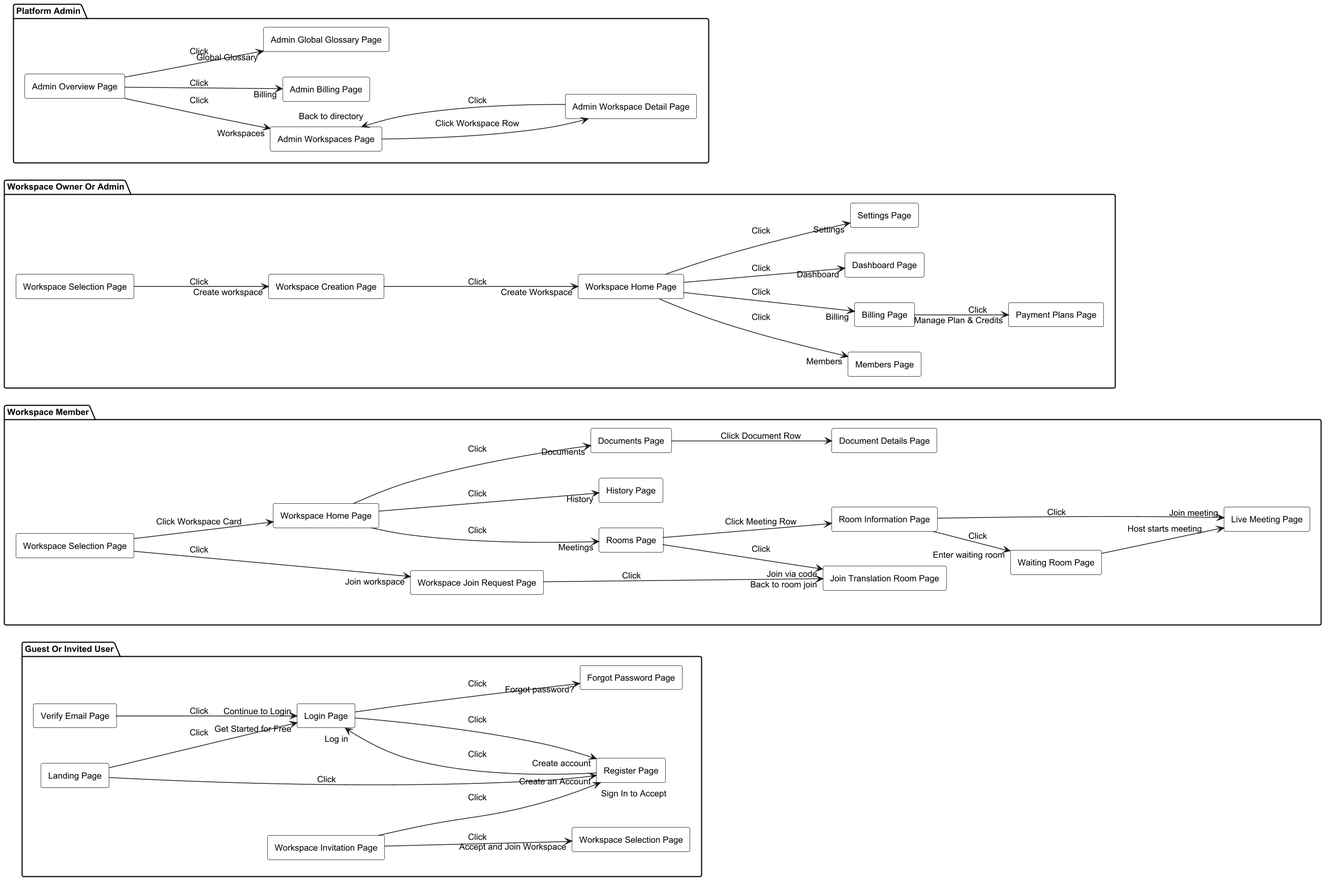
The PlantUML diagram .agents/resources/screen flow/00-system-screen-flow-by-actor.png in WarpTalk-CapstoneProject/warptalk-backend, before a commit.
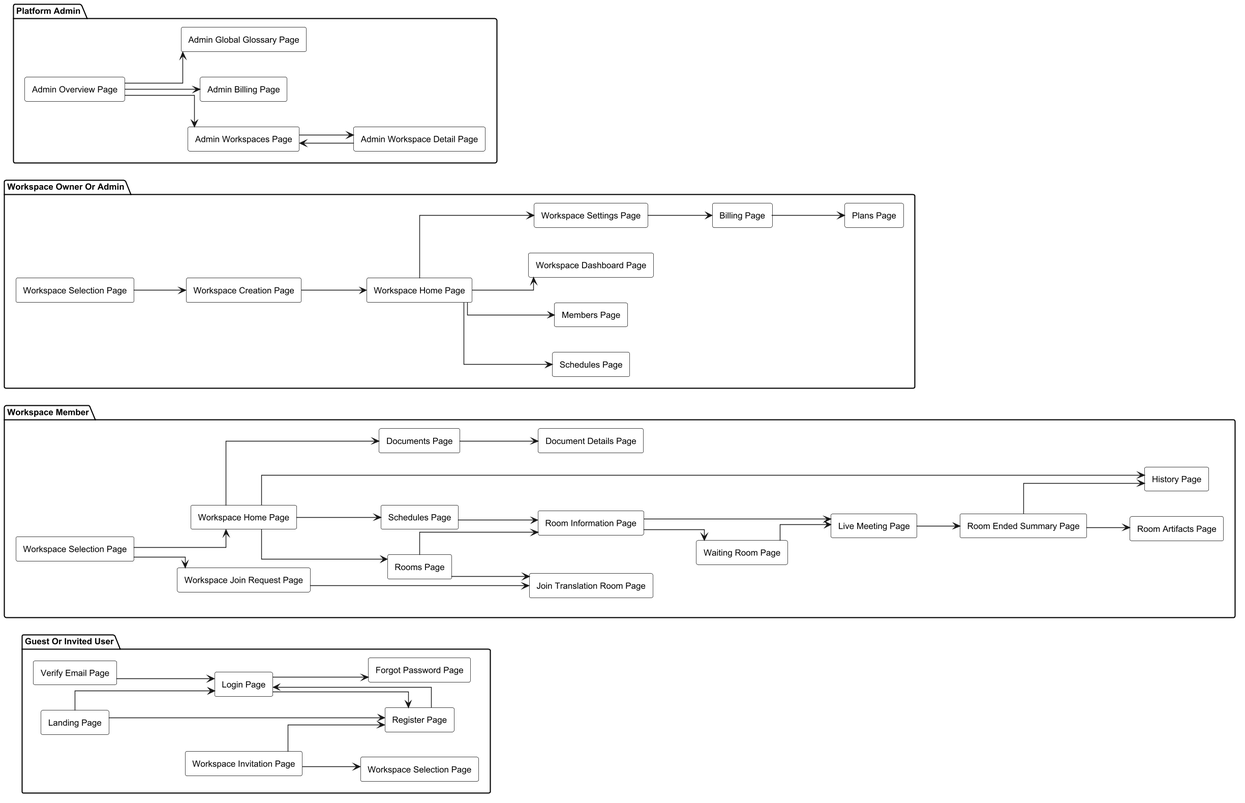
After the commit.

Change to the diagram source:
```diff
@@ -1,6 +1,7 @@
 @startuml
 skinparam monochrome true
 skinparam shadowing false
+skinparam linetype ortho
 skinparam defaultFontName Arial
 skinparam defaultFontSize 12
 skinparam dpi 136
@@ -19,14 +20,14 @@
   rectangle "Workspace Invitation Page" as WorkspaceInvitationPage
   rectangle "Workspace Selection Page" as GuestWorkspaceSelectionPage
 
-  LandingPage --> LoginPage : Click "Get Started for Free"
-  LandingPage --> RegisterPage : Click "Create an Account"
-  LoginPage --> ForgotPasswordPage : Click "Forgot password?"
-  LoginPage --> RegisterPage : Click "Create account"
-  RegisterPage --> LoginPage : Click "Log in"
-  VerifyEmailPage --> LoginPage : Click "Continue to Login"
-  WorkspaceInvitationPage --> RegisterPage : Click "Sign In to Accept"
-  WorkspaceInvitationPage --> GuestWorkspaceSelectionPage : Click "Accept and Join Workspace"
+  LandingPage --> LoginPage
+  LandingPage --> RegisterPage
+  LoginPage --> ForgotPasswordPage
+  LoginPage --> RegisterPage
+  RegisterPage --> LoginPage
+  VerifyEmailPage --> LoginPage
+  WorkspaceInvitationPage --> RegisterPage
+  WorkspaceInvitationPage --> GuestWorkspaceSelectionPage
 }
 
 package "Workspace Member" {
@@ -34,45 +35,55 @@
   rectangle "Workspace Join Request Page" as WorkspaceJoinRequestPage
   rectangle "Workspace Home Page" as WorkspaceHomePage
   rectangle "Rooms Page" as RoomsPage
+  rectangle "Schedules Page" as SchedulesPage
   rectangle "Join Translation Room Page" as JoinTranslationRoomPage
   rectangle "Room Information Page" as RoomInformationPage
   rectangle "Waiting Room Page" as WaitingRoomPage
   rectangle "Live Meeting Page" as LiveMeetingPage
+  rectangle "Room Ended Summary Page" as RoomEndedSummaryPage
+  rectangle "Room Artifacts Page" as RoomArtifactsPage
   rectangle "History Page" as HistoryPage
   rectangle "Documents Page" as DocumentsPage
   rectangle "Document Details Page" as DocumentDetailsPage
 
-  MemberWorkspaceSelectionPage --> WorkspaceHomePage : Click Workspace Card
-  MemberWorkspaceSelectionPage --> WorkspaceJoinRequestPage : Click "Join workspace"
-  WorkspaceJoinRequestPage --> JoinTranslationRoomPage : Click "Back to room join"
-  WorkspaceHomePage --> RoomsPage : Click "Meetings"
-  WorkspaceHomePage --> HistoryPage : Click "History"
-  WorkspaceHomePage --> DocumentsPage : Click "Documents"
-  RoomsPage --> JoinTranslationRoomPage : Click "Join via code"
-  RoomsPage --> RoomInformationPage : Click Meeting Row
-  RoomInformationPage --> WaitingRoomPage : Click "Enter waiting room"
-  RoomInformationPage --> LiveMeetingPage : Click "Join meeting"
-  WaitingRoomPage --> LiveMeetingPage : Host starts meeting
-  DocumentsPage --> DocumentDetailsPage : Click Document Row
+  MemberWorkspaceSelectionPage --> WorkspaceHomePage
+  MemberWorkspaceSelectionPage --> WorkspaceJoinRequestPage
+  WorkspaceJoinRequestPage --> JoinTranslationRoomPage
+  WorkspaceHomePage --> RoomsPage
+  WorkspaceHomePage --> SchedulesPage
+  WorkspaceHomePage --> HistoryPage
+  WorkspaceHomePage --> DocumentsPage
+  RoomsPage --> JoinTranslationRoomPage
+  RoomsPage --> RoomInformationPage
+  SchedulesPage --> RoomInformationPage
+  RoomInformationPage --> WaitingRoomPage
+  RoomInformationPage --> LiveMeetingPage
+  WaitingRoomPage --> LiveMeetingPage
+  LiveMeetingPage --> RoomEndedSummaryPage
+  RoomEndedSummaryPage --> RoomArtifactsPage
+  RoomEndedSummaryPage --> HistoryPage
+  DocumentsPage --> DocumentDetailsPage
 }
 
 package "Workspace Owner Or Admin" {
   rectangle "Workspace Selection Page" as OwnerWorkspaceSelectionPage
   rectangle "Workspace Creation Page" as WorkspaceCreationPage
   rectangle "Workspace Home Page" as OwnerWorkspaceHomePage
+  rectangle "Schedules Page" as OwnerSchedulesPage
   rectangle "Members Page" as MembersPage
   rectangle "Billing Page" as BillingPage
-  rectangle "Payment Plans Page" as PaymentPlansPage
-  rectangle "Dashboard Page" as DashboardPage
-  rectangle "Settings Page" as SettingsPage
+  rectangle "Plans Page" as PaymentPlansPage
+  rectangle "Workspace Dashboard Page" as DashboardPage
+  rectangle "Workspace Settings Page" as SettingsPage
 
-  OwnerWorkspaceSelectionPage --> WorkspaceCreationPage : Click "Create workspace"
-  WorkspaceCreationPage --> OwnerWorkspaceHomePage : Click "Create Workspace"
-  OwnerWorkspaceHomePage --> MembersPage : Click "Members"
-  OwnerWorkspaceHomePage --> BillingPage : Click "Billing"
-  OwnerWorkspaceHomePage --> DashboardPage : Click "Dashboard"
-  OwnerWorkspaceHomePage --> SettingsPage : Click "Settings"
-  BillingPage --> PaymentPlansPage : Click "Manage Plan & Credits"
+  OwnerWorkspaceSelectionPage --> WorkspaceCreationPage
+  WorkspaceCreationPage --> OwnerWorkspaceHomePage
+  OwnerWorkspaceHomePage --> OwnerSchedulesPage
+  OwnerWorkspaceHomePage --> MembersPage
+  OwnerWorkspaceHomePage --> DashboardPage
+  OwnerWorkspaceHomePage --> SettingsPage
+  SettingsPage --> BillingPage
+  BillingPage --> PaymentPlansPage
 }
 
 package "Platform Admin" {
@@ -82,11 +93,11 @@
   rectangle "Admin Global Glossary Page" as AdminGlobalGlossaryPage
   rectangle "Admin Workspace Detail Page" as AdminWorkspaceDetailPage
 
-  AdminOverviewPage --> AdminWorkspacesPage : Click "Workspaces"
-  AdminOverviewPage --> AdminBillingPage : Click "Billing"
-  AdminOverviewPage --> AdminGlobalGlossaryPage : Click "Global Glossary"
-  AdminWorkspacesPage --> AdminWorkspaceDetailPage : Click Workspace Row
-  AdminWorkspaceDetailPage --> AdminWorkspacesPage : Click "Back to directory"
+  AdminOverviewPage --> AdminWorkspacesPage
+  AdminOverviewPage --> AdminBillingPage
+  AdminOverviewPage --> AdminGlobalGlossaryPage
+  AdminWorkspacesPage --> AdminWorkspaceDetailPage
+  AdminWorkspaceDetailPage --> AdminWorkspacesPage
 }
 
 @enduml
```
